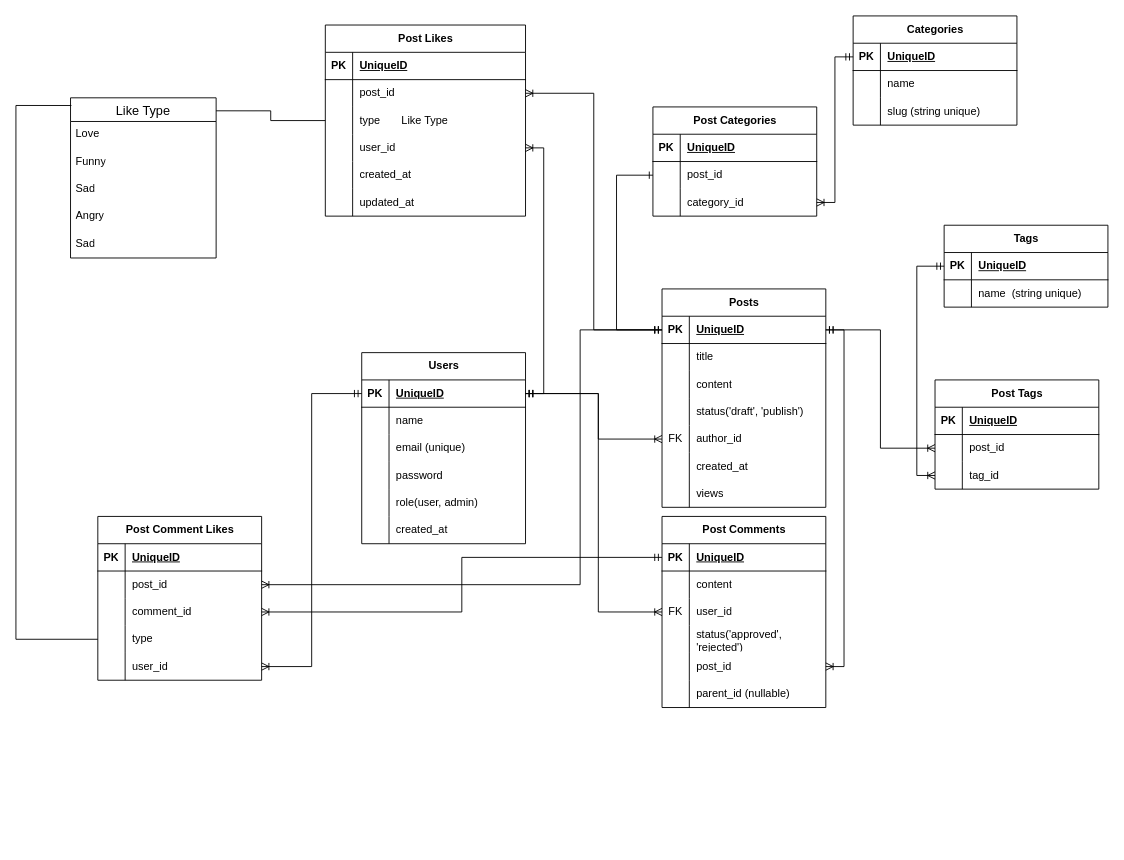
Above: erd.drawio in diptasahacse/blog-management-prisma (draw.io), before the change. Source tidied: cells renumbered, new cells numbered last; positions are measured from the earlier drawing's top-left corner, leaving out a move shared by most shapes. Both pictures are drawn from the tidied source at 91%, with x=0, y=0 at pixel (15, 15).
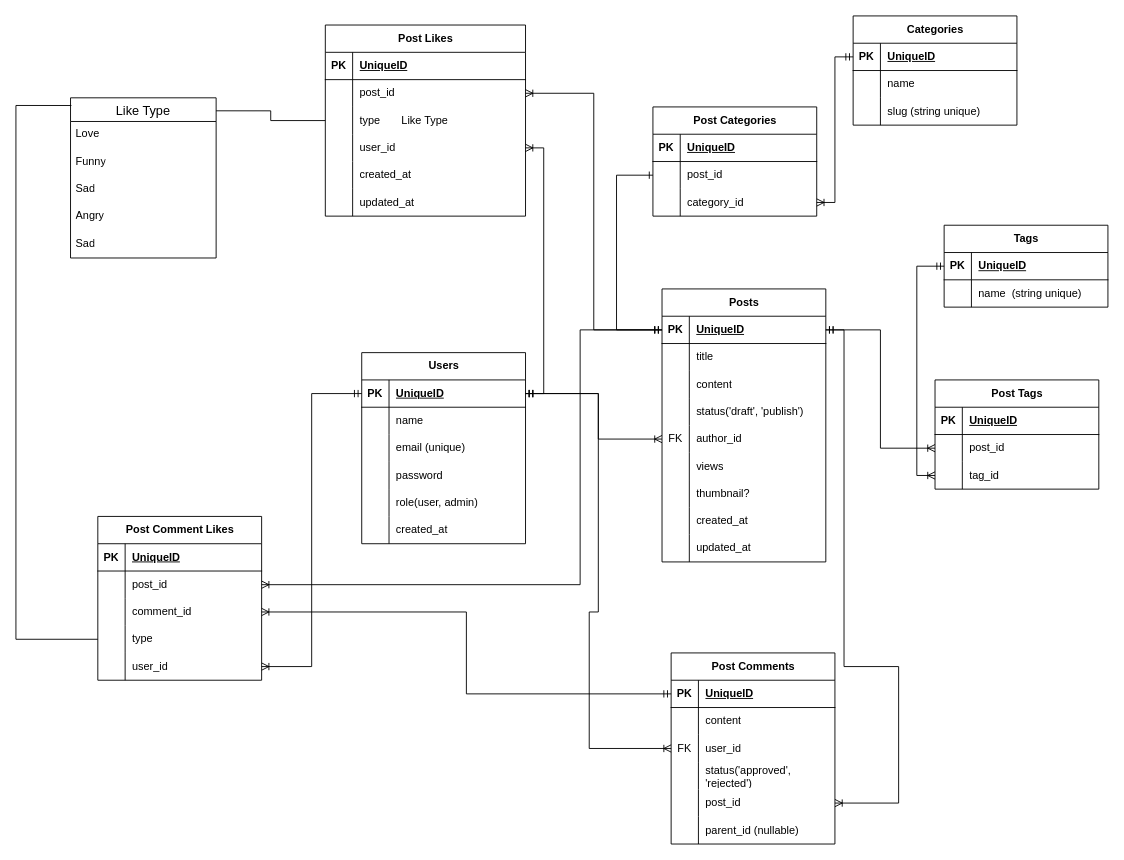
The same page after the edit.

The change refers to these unchanged cells:
```xml
<mxCell id="3" style="shape=tableRow;horizontal=0;startSize=0;swimlaneHead=0;swimlaneBody=0;fillColor=none;points=[[0,0.5],[1,0.5]];portConstraint=eastwest;top=0;left=0;right=0;bottom=1;" parent="2" vertex="1">
  <mxGeometry y="30" width="180" height="30" as="geometry" />
</mxCell>
<mxCell id="22" style="shape=tableRow;horizontal=0;startSize=0;swimlaneHead=0;swimlaneBody=0;fillColor=none;points=[[0,0.5],[1,0.5]];portConstraint=eastwest;top=0;left=0;right=0;bottom=1;" parent="21" vertex="1">
  <mxGeometry y="30" width="180" height="30" as="geometry" />
</mxCell>
<mxCell id="51" style="shape=tableRow;horizontal=0;startSize=0;swimlaneHead=0;swimlaneBody=0;fillColor=none;points=[[0,0.5],[1,0.5]];portConstraint=eastwest;top=0;left=0;right=0;bottom=0;" parent="44" vertex="1">
  <mxGeometry y="90" width="180" height="30" as="geometry" />
</mxCell>
<mxCell id="57" style="shape=tableRow;horizontal=0;startSize=0;swimlaneHead=0;swimlaneBody=0;fillColor=none;points=[[0,0.5],[1,0.5]];portConstraint=eastwest;top=0;left=0;right=0;bottom=0;" parent="44" vertex="1">
  <mxGeometry y="150" width="180" height="30" as="geometry" />
</mxCell>
```

The edit, as a diff of the source:
```diff
@@
     <mxCell id="21" value="Posts" style="shape=table;startSize=30;childLayout=tableLayout;rowLines=0;fontStyle=1;align=center;html=1;" parent="1" vertex="1">
-      <mxGeometry x="710" y="300" width="180" height="240" as="geometry" />
+      <mxGeometry x="710" y="300" width="180" height="300" as="geometry" />
     </mxCell>
@@
-    <mxCell id="37" style="shape=tableRow;horizontal=0;startSize=0;swimlaneHead=0;swimlaneBody=0;fillColor=none;top=0;left=0;right=0;bottom=0;" parent="21" vertex="1">
-      <mxGeometry y="180" width="180" height="30" as="geometry" />
-    </mxCell>
-    <mxCell id="38" style="shape=partialRectangle;fillColor=none;top=0;left=0;bottom=0;right=0;overflow=hidden;whiteSpace=wrap;html=1;" parent="37" vertex="1">
-      <mxGeometry width="30" height="30" as="geometry" />
-    </mxCell>
-    <mxCell id="39" value="created_at" style="shape=partialRectangle;fillColor=none;top=0;left=0;bottom=0;right=0;align=left;spacingLeft=6;overflow=hidden;whiteSpace=wrap;html=1;" parent="37" vertex="1">
-      <mxGeometry x="30" width="150" height="30" as="geometry" />
-    </mxCell>
     <mxCell id="40" style="shape=tableRow;horizontal=0;startSize=0;swimlaneHead=0;swimlaneBody=0;fillColor=none;top=0;left=0;right=0;bottom=0;" parent="21" vertex="1">
-      <mxGeometry y="210" width="180" height="30" as="geometry" />
+      <mxGeometry y="180" width="180" height="30" as="geometry" />
     </mxCell>
@@
+    <mxCell id="154" style="shape=tableRow;horizontal=0;startSize=0;swimlaneHead=0;swimlaneBody=0;fillColor=none;top=0;left=0;right=0;bottom=0;" parent="21" vertex="1">
+      <mxGeometry y="210" width="180" height="30" as="geometry" />
+    </mxCell>
+    <mxCell id="155" style="shape=partialRectangle;fillColor=none;top=0;left=0;bottom=0;right=0;overflow=hidden;whiteSpace=wrap;html=1;" parent="154" vertex="1">
+      <mxGeometry width="30" height="30" as="geometry" />
+    </mxCell>
+    <mxCell id="156" value="thumbnail?" style="shape=partialRectangle;fillColor=none;top=0;left=0;bottom=0;right=0;align=left;spacingLeft=6;overflow=hidden;whiteSpace=wrap;html=1;" parent="154" vertex="1">
+      <mxGeometry x="30" width="150" height="30" as="geometry" />
+    </mxCell>
+    <mxCell id="157" style="shape=tableRow;horizontal=0;startSize=0;swimlaneHead=0;swimlaneBody=0;fillColor=none;top=0;left=0;right=0;bottom=0;" parent="21" vertex="1">
+      <mxGeometry y="240" width="180" height="30" as="geometry" />
+    </mxCell>
+    <mxCell id="158" style="shape=partialRectangle;fillColor=none;top=0;left=0;bottom=0;right=0;overflow=hidden;whiteSpace=wrap;html=1;" parent="157" vertex="1">
+      <mxGeometry width="30" height="30" as="geometry" />
+    </mxCell>
+    <mxCell id="39" value="created_at" style="shape=partialRectangle;fillColor=none;top=0;left=0;bottom=0;right=0;align=left;spacingLeft=6;overflow=hidden;whiteSpace=wrap;html=1;" parent="157" vertex="1">
+      <mxGeometry x="30" width="150" height="30" as="geometry" />
+    </mxCell>
+    <mxCell id="159" style="shape=tableRow;horizontal=0;startSize=0;swimlaneHead=0;swimlaneBody=0;fillColor=none;top=0;left=0;right=0;bottom=0;" parent="21" vertex="1">
+      <mxGeometry y="270" width="180" height="30" as="geometry" />
+    </mxCell>
+    <mxCell id="160" style="shape=partialRectangle;fillColor=none;top=0;left=0;bottom=0;right=0;overflow=hidden;whiteSpace=wrap;html=1;" parent="159" vertex="1">
+      <mxGeometry width="30" height="30" as="geometry" />
+    </mxCell>
+    <mxCell id="161" value="updated_at" style="shape=partialRectangle;fillColor=none;top=0;left=0;bottom=0;right=0;align=left;spacingLeft=6;overflow=hidden;whiteSpace=wrap;html=1;" parent="159" vertex="1">
+      <mxGeometry x="30" width="150" height="30" as="geometry" />
+    </mxCell>
@@
     <mxCell id="44" value="Post Comments" style="shape=table;startSize=30;childLayout=tableLayout;rowLines=0;fontStyle=1;align=center;html=1;" parent="1" vertex="1">
-      <mxGeometry x="710" y="550" width="180" height="210" as="geometry" />
+      <mxGeometry x="720" y="700" width="180" height="210" as="geometry" />
     </mxCell>
@@
     <mxCell id="63" style="edgeStyle=orthogonalEdgeStyle;rounded=0;jettySize=auto;html=1;endArrow=ERoneToMany;endFill=0;startArrow=ERmandOne;startFill=0;" parent="1" edge="1" source="3" target="51">
       <mxGeometry relative="1" as="geometry">
         <Array as="points">
           <mxPoint x="640" y="415" />
           <mxPoint x="640" y="655" />
+          <mxPoint x="630" y="655" />
+          <mxPoint x="630" y="805" />
         </Array>
       </mxGeometry>
     </mxCell>
     <mxCell id="64" style="edgeStyle=orthogonalEdgeStyle;rounded=0;jettySize=auto;html=1;endArrow=ERoneToMany;endFill=0;startArrow=ERmandOne;startFill=0;" parent="1" edge="1" source="22" target="57">
       <mxGeometry relative="1" as="geometry">
         <Array as="points">
           <mxPoint x="910" y="345" />
           <mxPoint x="910" y="715" />
+          <mxPoint x="970" y="715" />
+          <mxPoint x="970" y="865" />
         </Array>
       </mxGeometry>
     </mxCell>
```
